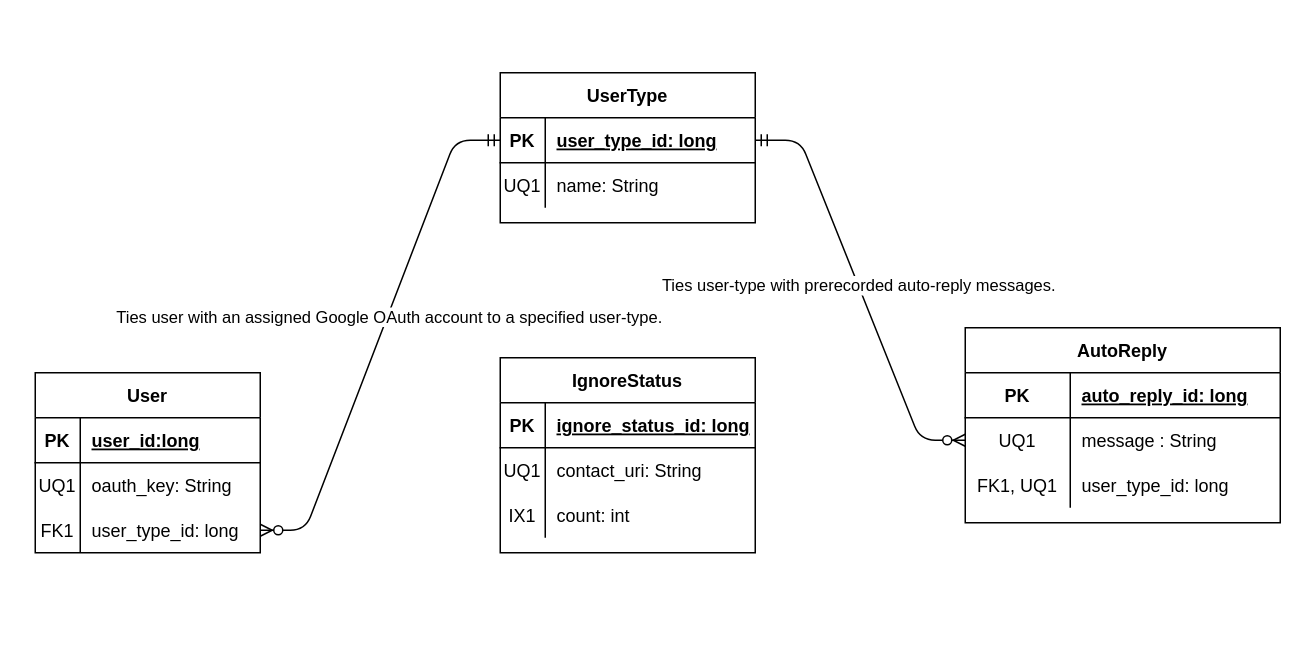
This is docs/work/ERD.drawio from Shayan96505/keep-in-touch, a draw.io file, before an edit. Source tidied: cells renumbered, new cells numbered last; positions are measured from the earlier drawing's top-left corner, leaving out a move shared by most shapes. Both pictures are drawn from the tidied source at 150%, with x=0, y=0 at pixel (34, 72).
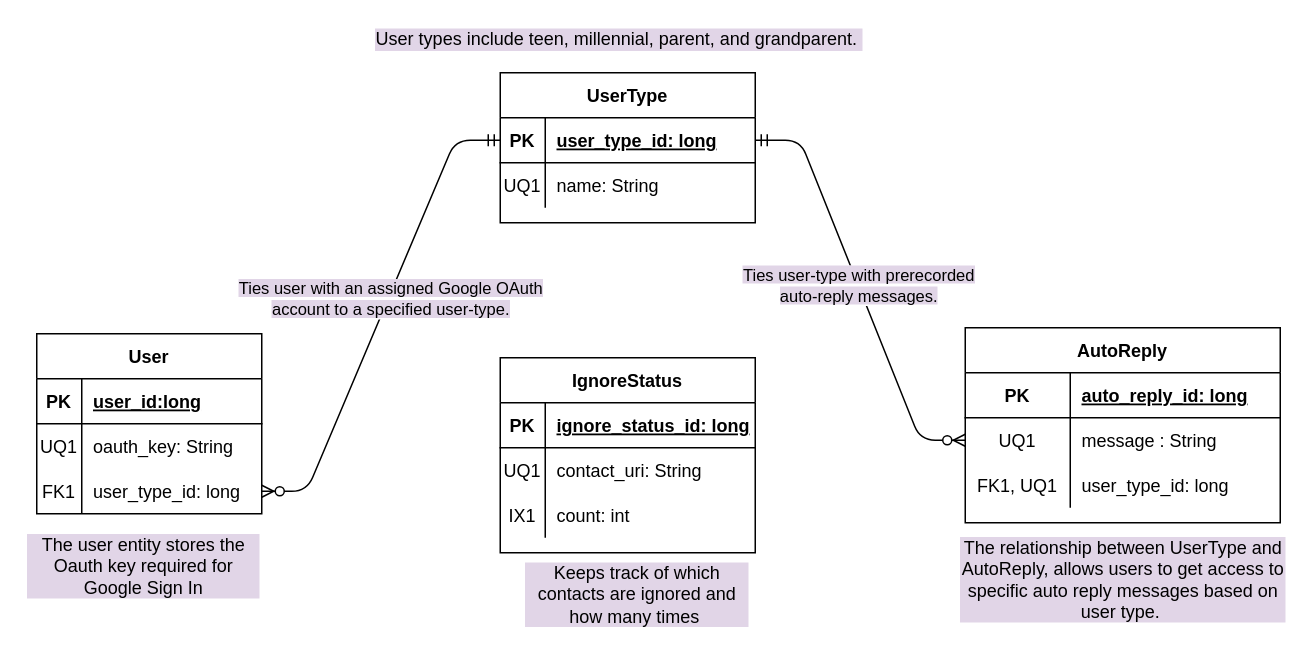
After the change.

Commit message (it also covers changes not shown here):
updated the ERD, because I like to be a perfectionist and suffer.

The change refers to these unchanged cells:
```xml
<mxCell id="13" style="edgeStyle=entityRelationEdgeStyle;fontSize=12;html=1;endArrow=ERmandOne;entryX=0;entryY=0.5;entryDx=0;entryDy=0;exitX=1;exitY=0.5;exitDx=0;exitDy=0;endFill=0;startArrow=ERzeroToMany;startFill=1;" parent="1" edge="1" source="10" target="18">
  <mxGeometry relative="1" as="geometry" />
</mxCell>
<mxCell id="15" style="edgeStyle=entityRelationEdgeStyle;fontSize=12;html=1;endArrow=ERzeroToMany;startArrow=ERmandOne;exitX=1;exitY=0.5;exitDx=0;exitDy=0;entryX=0;entryY=0.5;entryDx=0;entryDy=0;" parent="1" edge="1" source="18" target="38">
  <mxGeometry relative="1" as="geometry" />
</mxCell>
```

The edit, as a diff of the source:
```diff
@@
     <mxCell id="2" style="group;" parent="1" vertex="1">
-      <mxGeometry y="200" width="180" height="160" as="geometry" />
+      <mxGeometry x="1" y="174" width="325" height="184" as="geometry" />
     </mxCell>
@@
+    <mxCell id="44" value="The user entity stores the Oauth key required for Google Sign In" style="text;html=1;strokeColor=none;fillColor=none;align=center;verticalAlign=middle;whiteSpace=wrap;rounded=0;labelBackgroundColor=#E1D5E7;" parent="2" vertex="1">
+      <mxGeometry x="-7" y="126" width="157" height="58" as="geometry" />
+    </mxCell>
@@
-    <mxCell id="14" value="Ties user with an assigned Google OAuth account to a specified user-type." style="edgeLabel;html=1;align=center;verticalAlign=middle;" parent="13" vertex="1">
+    <mxCell id="14" value="&lt;span style=&quot;background-color: rgb(225 , 213 , 231)&quot;&gt;Ties user with an assigned Google OAuth &lt;br&gt;account to a specified user-type.&lt;/span&gt;" style="edgeLabel;html=1;align=center;verticalAlign=middle;" parent="13" vertex="1">
       <mxGeometry x="0.08" y="-1" relative="1" as="geometry" />
     </mxCell>
@@
-    <mxCell id="16" value="Ties user-type with prerecorded auto-reply messages." style="edgeLabel;html=1;align=center;verticalAlign=middle;" parent="15" vertex="1">
+    <mxCell id="16" value="&lt;span style=&quot;background-color: rgb(225 , 213 , 231)&quot;&gt;Ties user-type with prerecorded &lt;br&gt;auto-reply messages.&lt;/span&gt;" style="edgeLabel;html=1;align=center;verticalAlign=middle;" parent="15" vertex="1">
       <mxGeometry x="-0.03" relative="1" as="geometry" />
     </mxCell>
@@
+    <mxCell id="45" value="The relationship between UserType and AutoReply, allows users to get access to specific auto reply messages based on user type.&amp;nbsp;" style="text;html=1;strokeColor=none;fillColor=none;align=center;verticalAlign=middle;whiteSpace=wrap;rounded=0;labelBackgroundColor=#E1D5E7;" parent="1" vertex="1">
+      <mxGeometry x="615.5" y="307" width="219" height="62" as="geometry" />
+    </mxCell>
+    <mxCell id="46" value="User types include teen, millennial, parent, and grandparent.&amp;nbsp;" style="text;html=1;align=center;verticalAlign=middle;labelBackgroundColor=#E1D5E7;" parent="1" vertex="1">
+      <mxGeometry x="222" y="-31" width="334" height="18" as="geometry" />
+    </mxCell>
+    <mxCell id="47" value="Keeps track of which contacts are ignored and how many times&amp;nbsp;" style="text;html=1;strokeColor=none;fillColor=none;align=center;verticalAlign=middle;whiteSpace=wrap;rounded=0;labelBackgroundColor=#E1D5E7;" parent="1" vertex="1">
+      <mxGeometry x="326" y="338" width="151" height="20" as="geometry" />
+    </mxCell>
```
